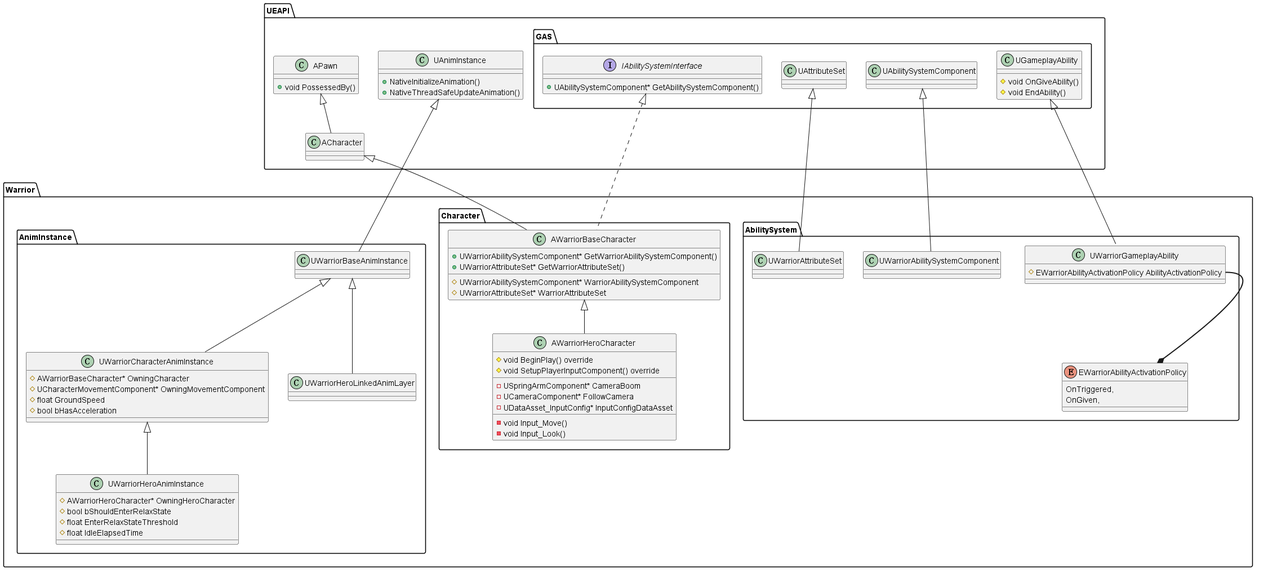
Earlier version of the PlantUML export UML/out/Warrior.png (YouMu-Lew/Warrior_GAS_Learning).
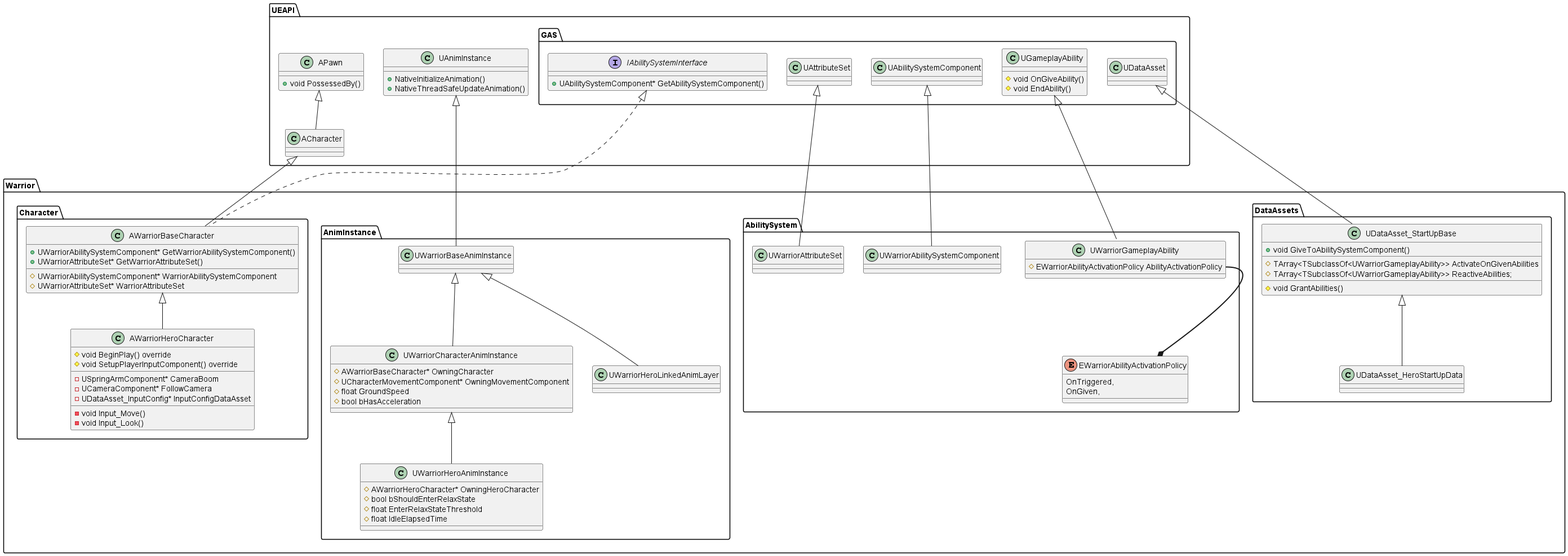
Later version of the same file.

Change to the diagram source:
```diff
@@ -26,6 +26,8 @@
         class UAbilitySystemComponent{}
 
         class UAttributeSet{}
+
+        class UDataAsset{}
 
     }/'package GAS'/
 
@@ -96,6 +98,21 @@
         class UWarriorHeroLinkedAnimLayer extends UWarriorBaseAnimInstance{}
     }/'package AnimInstance'/
 
+    package DataAssets{
+
+        class UDataAsset_StartUpBase extends UEAPI.GAS.UDataAsset{
+            + void GiveToAbilitySystemComponent()
+            __
+            # TArray<TSubclassOf<UWarriorGameplayAbility>> ActivateOnGivenAbilities
+            # TArray<TSubclassOf<UWarriorGameplayAbility>> ReactiveAbilities;
+            __
+            # void GrantAbilities()
+        }
+
+        class UDataAsset_HeroStartUpData extends UDataAsset_StartUpBase{}
+
+    }/'package DataAssets'/
+
 }/'namespace Warrior'/
 
 Warrior.AbilitySystem.UWarriorGameplayAbility -up-|> UEAPI.GAS.UGameplayAbility
```
